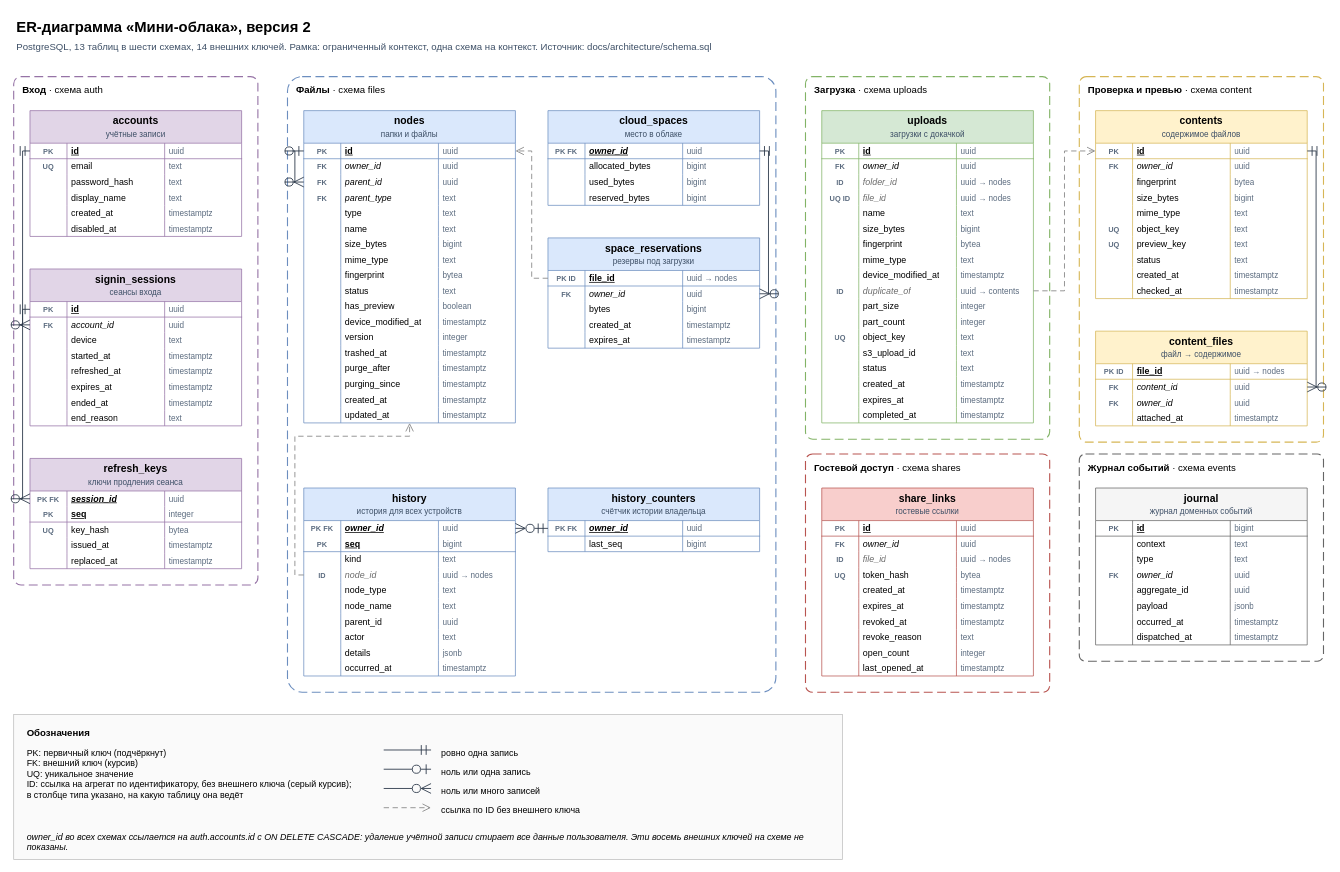
Earlier version of the draw.io diagram docs/architecture/er-diagram.drawio (NicolasRAA/minicloud). Source tidied: cells renumbered, new cells numbered last; positions are measured from the earlier drawing's top-left corner, leaving out a move shared by most shapes. Both pictures are drawn from the tidied source at 74%, with x=0, y=0 at pixel (13, 13).
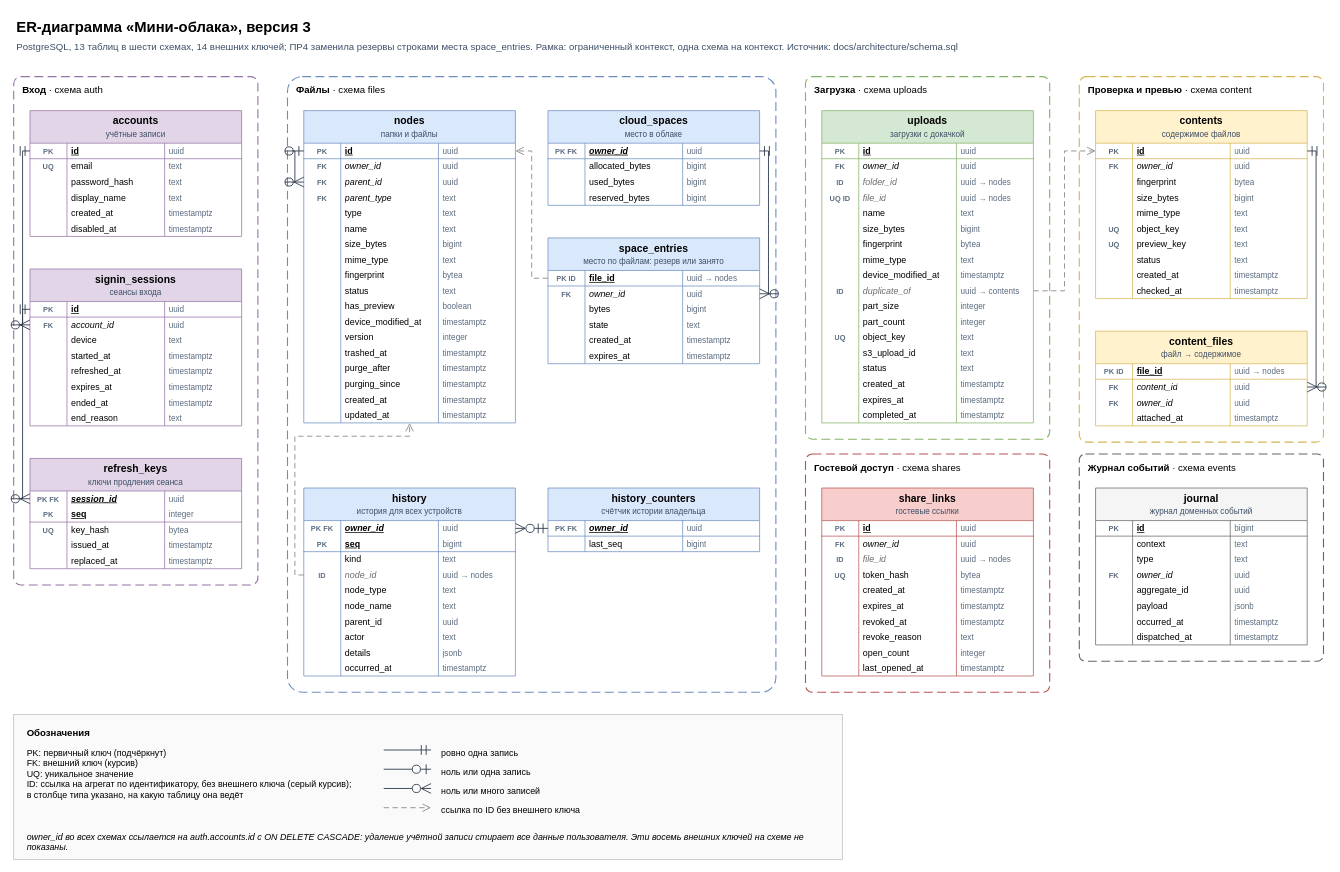
The same diagram, later.

Commit message (it also covers changes not shown here):
feat(schema)!: учитывать место в облаке построчно по файлам

Change to the diagram source:
```diff
@@
-    <mxCell id="171" value="&lt;b&gt;space_reservations&lt;/b&gt;&lt;br&gt;&lt;font style=&quot;font-size:11px&quot; color=&quot;#3d4f66&quot;&gt;резервы под загрузки&lt;/font&gt;" style="shape=table;startSize=44;childLayout=tableLayout;rowLines=0;fontStyle=0;align=center;html=1;whiteSpace=wrap;fillColor=#DAE8FC;strokeColor=#6C8EBF;swimlaneFillColor=#ffffff;fontSize=14;fontFamily=Helvetica;" parent="1" vertex="1">
-      <mxGeometry x="722" y="304" width="286" height="149" as="geometry" />
-    </mxCell>
+    <mxCell id="476" value="&lt;b&gt;space_entries&lt;/b&gt;&lt;br&gt;&lt;font style=&quot;font-size:11px&quot; color=&quot;#3d4f66&quot;&gt;место по файлам: резерв или занято&lt;/font&gt;" style="shape=table;startSize=44;childLayout=tableLayout;rowLines=0;fontStyle=0;align=center;html=1;whiteSpace=wrap;fillColor=#DAE8FC;strokeColor=#6C8EBF;swimlaneFillColor=#ffffff;fontSize=14;fontFamily=Helvetica;" parent="1" vertex="1">
+      <mxGeometry x="722" y="304" width="286" height="170" as="geometry" />
+    </mxCell>
-    <mxCell id="172" style="shape=tableRow;horizontal=0;startSize=0;swimlaneHead=0;swimlaneBody=0;fillColor=none;points=[[0,0.5],[1,0.5]];portConstraint=eastwest;top=0;left=0;right=0;bottom=1;html=1;strokeColor=#6C8EBF;" parent="171" vertex="1">
+    <mxCell id="172" style="shape=tableRow;horizontal=0;startSize=0;swimlaneHead=0;swimlaneBody=0;fillColor=none;points=[[0,0.5],[1,0.5]];portConstraint=eastwest;top=0;left=0;right=0;bottom=1;html=1;strokeColor=#6C8EBF;" parent="476" vertex="1">
       <mxGeometry y="44" width="286" height="21" as="geometry" />
     </mxCell>
@@
-    <mxCell id="176" style="shape=tableRow;horizontal=0;startSize=0;swimlaneHead=0;swimlaneBody=0;fillColor=none;points=[[0,0.5],[1,0.5]];portConstraint=eastwest;top=0;left=0;right=0;bottom=0;html=1;strokeColor=#6C8EBF;" parent="171" vertex="1">
+    <mxCell id="176" style="shape=tableRow;horizontal=0;startSize=0;swimlaneHead=0;swimlaneBody=0;fillColor=none;points=[[0,0.5],[1,0.5]];portConstraint=eastwest;top=0;left=0;right=0;bottom=0;html=1;strokeColor=#6C8EBF;" parent="476" vertex="1">
       <mxGeometry y="65" width="286" height="21" as="geometry" />
     </mxCell>
@@
-    <mxCell id="180" style="shape=tableRow;horizontal=0;startSize=0;swimlaneHead=0;swimlaneBody=0;fillColor=none;top=0;left=0;right=0;bottom=0;html=1;strokeColor=#6C8EBF;" parent="171" vertex="1">
+    <mxCell id="180" style="shape=tableRow;horizontal=0;startSize=0;swimlaneHead=0;swimlaneBody=0;fillColor=none;top=0;left=0;right=0;bottom=0;html=1;strokeColor=#6C8EBF;" parent="476" vertex="1">
       <mxGeometry y="86" width="286" height="21" as="geometry" />
     </mxCell>
-    <mxCell id="181" style="shape=partialRectangle;fillColor=none;top=0;left=0;bottom=0;right=0;overflow=hidden;html=1;fontFamily=Helvetica;fontStyle=1;fontSize=10;fontColor=#5b6b7f;align=center;" parent="180" vertex="1">
-      <mxGeometry width="50" height="21" as="geometry" />
-    </mxCell>
+    <mxCell id="477" style="shape=partialRectangle;fillColor=none;top=0;left=0;bottom=0;right=0;overflow=hidden;html=1;fontFamily=Helvetica;fontStyle=1;fontSize=10;fontColor=#5b6b7f;align=center;" parent="180" vertex="1">
+      <mxGeometry width="50" height="21" as="geometry" />
+    </mxCell>
@@
-    <mxCell id="184" style="shape=tableRow;horizontal=0;startSize=0;swimlaneHead=0;swimlaneBody=0;fillColor=none;top=0;left=0;right=0;bottom=0;html=1;strokeColor=#6C8EBF;" parent="171" vertex="1">
+    <mxCell id="184" style="shape=tableRow;horizontal=0;startSize=0;swimlaneHead=0;swimlaneBody=0;fillColor=none;top=0;left=0;right=0;bottom=0;html=1;strokeColor=#6C8EBF;" parent="476" vertex="1">
       <mxGeometry y="107" width="286" height="21" as="geometry" />
     </mxCell>
-    <mxCell id="185" style="shape=partialRectangle;fillColor=none;top=0;left=0;bottom=0;right=0;overflow=hidden;html=1;fontFamily=Helvetica;fontStyle=1;fontSize=10;fontColor=#5b6b7f;align=center;" parent="184" vertex="1">
-      <mxGeometry width="50" height="21" as="geometry" />
-    </mxCell>
+    <mxCell id="478" style="shape=partialRectangle;fillColor=none;top=0;left=0;bottom=0;right=0;overflow=hidden;html=1;fontFamily=Helvetica;fontStyle=1;fontSize=10;fontColor=#5b6b7f;align=center;" parent="184" vertex="1">
+      <mxGeometry width="50" height="21" as="geometry" />
+    </mxCell>
+    <mxCell id="479" value="state" style="shape=partialRectangle;fillColor=none;top=0;left=0;bottom=0;right=0;overflow=hidden;html=1;fontFamily=Helvetica;fontStyle=0;fontSize=12;align=left;spacingLeft=4;" parent="184" vertex="1">
+      <mxGeometry x="50" width="132" height="21" as="geometry" />
+    </mxCell>
+    <mxCell id="480" value="text" style="shape=partialRectangle;fillColor=none;top=0;left=0;bottom=0;right=0;overflow=hidden;html=1;fontFamily=Helvetica;fontSize=11;fontColor=#5b6b7f;align=left;spacingLeft=4;" parent="184" vertex="1">
+      <mxGeometry x="182" width="104" height="21" as="geometry" />
+    </mxCell>
+    <mxCell id="188" style="shape=tableRow;horizontal=0;startSize=0;swimlaneHead=0;swimlaneBody=0;fillColor=none;top=0;left=0;right=0;bottom=0;html=1;strokeColor=#6C8EBF;" parent="476" vertex="1">
+      <mxGeometry y="128" width="286" height="21" as="geometry" />
+    </mxCell>
+    <mxCell id="481" style="shape=partialRectangle;fillColor=none;top=0;left=0;bottom=0;right=0;overflow=hidden;html=1;fontFamily=Helvetica;fontStyle=1;fontSize=10;fontColor=#5b6b7f;align=center;" parent="188" vertex="1">
+      <mxGeometry width="50" height="21" as="geometry" />
+    </mxCell>
-    <mxCell id="186" value="created_at" style="shape=partialRectangle;fillColor=none;top=0;left=0;bottom=0;right=0;overflow=hidden;html=1;fontFamily=Helvetica;fontStyle=0;fontSize=12;align=left;spacingLeft=4;" parent="184" vertex="1">
+    <mxCell id="186" value="created_at" style="shape=partialRectangle;fillColor=none;top=0;left=0;bottom=0;right=0;overflow=hidden;html=1;fontFamily=Helvetica;fontStyle=0;fontSize=12;align=left;spacingLeft=4;" parent="188" vertex="1">
       <mxGeometry x="50" width="132" height="21" as="geometry" />
     </mxCell>
-    <mxCell id="187" value="timestamptz" style="shape=partialRectangle;fillColor=none;top=0;left=0;bottom=0;right=0;overflow=hidden;html=1;fontFamily=Helvetica;fontSize=11;fontColor=#5b6b7f;align=left;spacingLeft=4;" parent="184" vertex="1">
-      <mxGeometry x="182" width="104" height="21" as="geometry" />
-    </mxCell>
-    <mxCell id="188" style="shape=tableRow;horizontal=0;startSize=0;swimlaneHead=0;swimlaneBody=0;fillColor=none;top=0;left=0;right=0;bottom=0;html=1;strokeColor=#6C8EBF;" parent="171" vertex="1">
-      <mxGeometry y="128" width="286" height="21" as="geometry" />
-    </mxCell>
-    <mxCell id="189" style="shape=partialRectangle;fillColor=none;top=0;left=0;bottom=0;right=0;overflow=hidden;html=1;fontFamily=Helvetica;fontStyle=1;fontSize=10;fontColor=#5b6b7f;align=center;" parent="188" vertex="1">
-      <mxGeometry width="50" height="21" as="geometry" />
-    </mxCell>
+    <mxCell id="482" value="timestamptz" style="shape=partialRectangle;fillColor=none;top=0;left=0;bottom=0;right=0;overflow=hidden;html=1;fontFamily=Helvetica;fontSize=11;fontColor=#5b6b7f;align=left;spacingLeft=4;" parent="188" vertex="1">
+      <mxGeometry x="182" width="104" height="21" as="geometry" />
+    </mxCell>
+    <mxCell id="483" style="shape=tableRow;horizontal=0;startSize=0;swimlaneHead=0;swimlaneBody=0;fillColor=none;top=0;left=0;right=0;bottom=0;html=1;strokeColor=#6C8EBF;" parent="476" vertex="1">
+      <mxGeometry y="149" width="286" height="21" as="geometry" />
+    </mxCell>
+    <mxCell id="484" style="shape=partialRectangle;fillColor=none;top=0;left=0;bottom=0;right=0;overflow=hidden;html=1;fontFamily=Helvetica;fontStyle=1;fontSize=10;fontColor=#5b6b7f;align=center;" parent="483" vertex="1">
+      <mxGeometry width="50" height="21" as="geometry" />
+    </mxCell>
-    <mxCell id="190" value="expires_at" style="shape=partialRectangle;fillColor=none;top=0;left=0;bottom=0;right=0;overflow=hidden;html=1;fontFamily=Helvetica;fontStyle=0;fontSize=12;align=left;spacingLeft=4;" parent="188" vertex="1">
+    <mxCell id="190" value="expires_at" style="shape=partialRectangle;fillColor=none;top=0;left=0;bottom=0;right=0;overflow=hidden;html=1;fontFamily=Helvetica;fontStyle=0;fontSize=12;align=left;spacingLeft=4;" parent="483" vertex="1">
       <mxGeometry x="50" width="132" height="21" as="geometry" />
     </mxCell>
-    <mxCell id="191" value="timestamptz" style="shape=partialRectangle;fillColor=none;top=0;left=0;bottom=0;right=0;overflow=hidden;html=1;fontFamily=Helvetica;fontSize=11;fontColor=#5b6b7f;align=left;spacingLeft=4;" parent="188" vertex="1">
-      <mxGeometry x="182" width="104" height="21" as="geometry" />
-    </mxCell>
+    <mxCell id="485" value="timestamptz" style="shape=partialRectangle;fillColor=none;top=0;left=0;bottom=0;right=0;overflow=hidden;html=1;fontFamily=Helvetica;fontSize=11;fontColor=#5b6b7f;align=left;spacingLeft=4;" parent="483" vertex="1">
+      <mxGeometry x="182" width="104" height="21" as="geometry" />
+    </mxCell>
@@
-    <mxCell id="462" value="&lt;b&gt;ER-диаграмма «Мини-облака», версия 2&lt;/b&gt;" style="text;html=1;align=left;verticalAlign=top;fontSize=20;fontFamily=Helvetica;whiteSpace=wrap;" parent="1" vertex="1">
+    <mxCell id="462" value="&lt;b&gt;ER-диаграмма «Мини-облака», версия 3&lt;/b&gt;" style="text;html=1;align=left;verticalAlign=top;fontSize=20;fontFamily=Helvetica;whiteSpace=wrap;" parent="1" vertex="1">
       <mxGeometry x="2" width="1400" height="30" as="geometry" />
     </mxCell>
-    <mxCell id="463" value="PostgreSQL, 13 таблиц в шести схемах, 14 внешних ключей. Рамка: ограниченный контекст, одна схема на контекст. Источник: docs/architecture/schema.sql" style="text;html=1;align=left;verticalAlign=top;fontSize=13;fontFamily=Helvetica;whiteSpace=wrap;fontColor=#3d4f66;" parent="1" vertex="1">
+    <mxCell id="463" value="PostgreSQL, 13 таблиц в шести схемах, 14 внешних ключей; ПР4 заменила резервы строками места space_entries. Рамка: ограниченный контекст, одна схема на контекст. Источник: docs/architecture/schema.sql" style="text;html=1;align=left;verticalAlign=top;fontSize=13;fontFamily=Helvetica;whiteSpace=wrap;fontColor=#3d4f66;" parent="1" vertex="1">
       <mxGeometry x="2" y="32" width="1500" height="40" as="geometry" />
     </mxCell>
```
